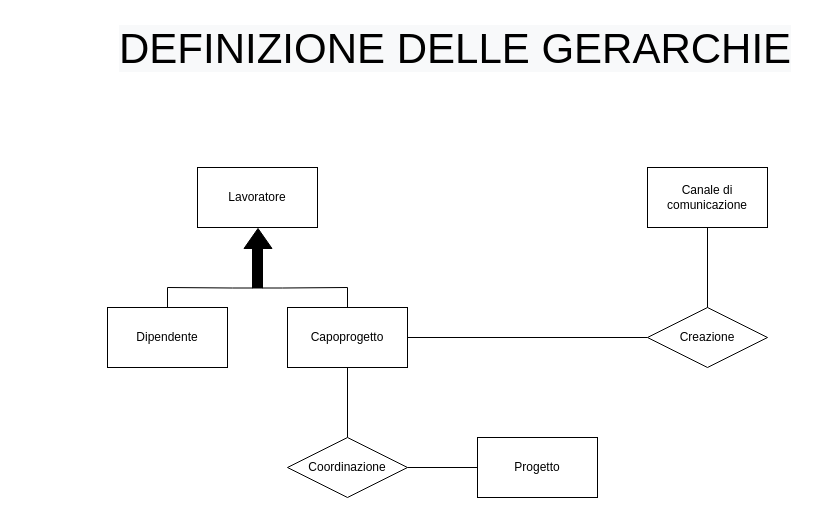
This is page "definizione-gerarchie" (3 of 8) of Relazione/Schema ER/scheletro.drawio from martafra/BD-Chat-Multicanale, a draw.io file, before an edit. Source tidied: cells renumbered, new cells numbered last; positions are measured from the earlier drawing's top-left corner, leaving out a move shared by most shapes. Both pictures are drawn from the tidied source at 100%, with x=0, y=0 at pixel (107, 17).
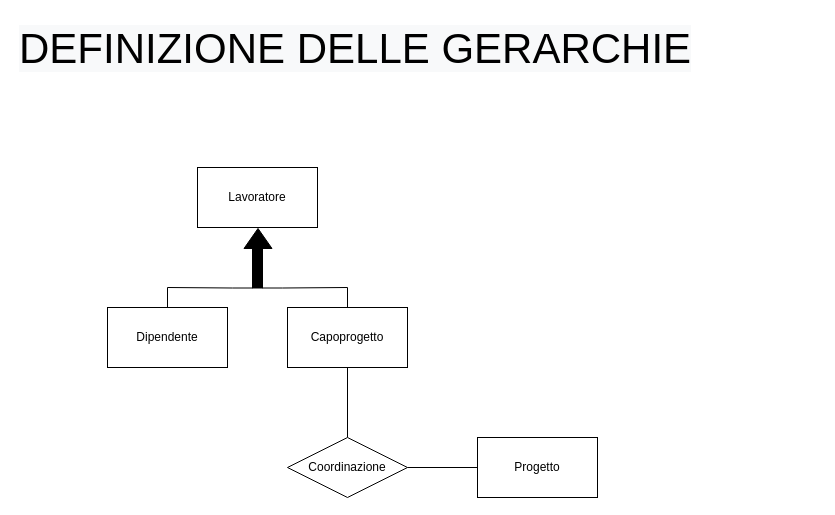
The same page after the edit.

Commit message (it also covers changes not shown here):
rimozione dalla progettazione della relazione "creazione" relativa ai canali di comunicazione

Unchanged cells that the change refers to:
```xml
<mxCell id="14" value="Capoprogetto" style="rounded=0;whiteSpace=wrap;html=1;" parent="1" vertex="1">
  <mxGeometry x="180" y="290" width="120" height="60" as="geometry" />
</mxCell>
```

The edit, as a diff of the source:
```diff
@@
     <mxCell id="2" value="&lt;span style=&quot;color: rgb(0 , 0 , 0) ; font-family: &amp;#34;helvetica&amp;#34; ; font-size: 42px ; font-style: normal ; font-weight: 400 ; letter-spacing: normal ; text-align: center ; text-indent: 0px ; text-transform: none ; word-spacing: 0px ; background-color: rgb(248 , 249 , 250) ; display: inline ; float: none&quot;&gt;DEFINIZIONE DELLE GERARCHIE&lt;/span&gt;" style="text;whiteSpace=wrap;html=1;fontSize=10;" parent="1" vertex="1">
-      <mxGeometry x="10" width="700" height="60" as="geometry" />
+      <mxGeometry x="-90" width="700" height="60" as="geometry" />
     </mxCell>
-    <mxCell id="3" value="Creazione" style="shape=rhombus;perimeter=rhombusPerimeter;whiteSpace=wrap;html=1;align=center;" parent="1" vertex="1">
-      <mxGeometry x="540" y="290" width="120" height="60" as="geometry" />
-    </mxCell>
-    <mxCell id="4" style="edgeStyle=orthogonalEdgeStyle;rounded=0;jettySize=auto;html=1;exitX=0.5;exitY=1;exitDx=0;exitDy=0;entryX=0.5;entryY=0;entryDx=0;entryDy=0;endArrow=none;endFill=0;fontSize=10;" parent="1" edge="1" source="5" target="3">
-      <mxGeometry relative="1" as="geometry" />
-    </mxCell>
-    <mxCell id="5" value="Canale di comunicazione" style="rounded=0;whiteSpace=wrap;html=1;" parent="1" vertex="1">
-      <mxGeometry x="540" y="150" width="120" height="60" as="geometry" />
-    </mxCell>
@@
-    <mxCell id="12" style="edgeStyle=orthogonalEdgeStyle;rounded=0;jettySize=auto;html=1;exitX=1;exitY=0.5;exitDx=0;exitDy=0;entryX=0;entryY=0.5;entryDx=0;entryDy=0;endArrow=none;endFill=0;" parent="1" edge="1" source="14" target="3">
-      <mxGeometry relative="1" as="geometry" />
-    </mxCell>
```
